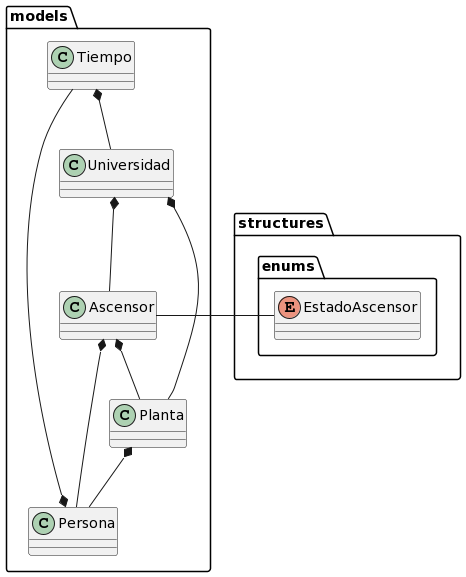
This is entregas/Grupo4/v2/ModeloDelDominio/images/modeloDelDominio.png from mmasias/IdSw2-22-23, a PlantUML export, as it was before one commit. Its diagram source:
```plantuml
@startuml
class "models.Persona" {

}

enum "structures.enums.EstadoAscensor" {
}

class "models.Tiempo" {
}


class "models.Planta" {
}


class "models.Ascensor" {
}


class "models.Universidad" {

}

Ascensor *--d Persona
Ascensor *--d Planta
Ascensor ---r EstadoAscensor
Universidad *-- Ascensor
Universidad *-- Planta
Planta *--d Persona
Persona *---u Tiempo
Tiempo *--d Universidad
@enduml
```
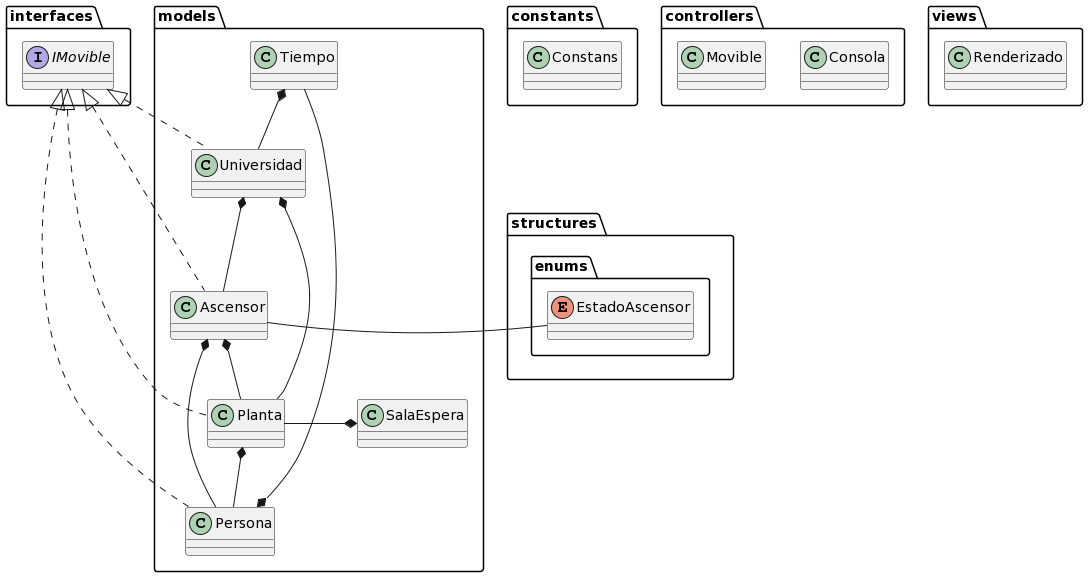
Later version of the same file.

Commit message:
chore: update code and diagrams to last version for final examn

What changed in the source:
```diff
@@ -1,33 +1,50 @@
 @startuml
-class "models.Persona" {
+class "models.Persona" implements "interfaces.IMovible" {
 
 }
 
-enum "structures.enums.EstadoAscensor" {
+enum "structures.enums.EstadoAscensor"{
 }
 
-class "models.Tiempo" {
+class "models.Tiempo"{
 }
 
 
-class "models.Planta" {
+class "models.Planta" implements "interfaces.IMovible" {
 }
 
 
-class "models.Ascensor" {
+class "models.Ascensor" implements "interfaces.IMovible" {
 }
 
 
-class "models.Universidad" {
+class "models.Universidad" implements "interfaces.IMovible" {
 
 }
 
+class "models.SalaEspera" {
+}
+
+class constants.Constans
+
+class "controllers.Consola" {
+}
+
+class "controllers.Movible" {
+}
+
+
+class views.Renderizado
+
+interface interfaces.IMovible
+
 Ascensor *--d Persona
 Ascensor *--d Planta
-Ascensor ---r EstadoAscensor
+Ascensor ---r "structures.enums.EstadoAscensor"
 Universidad *-- Ascensor
 Universidad *-- Planta
 Planta *--d Persona
+SalaEspera *--l Planta
 Persona *---u Tiempo
 Tiempo *--d Universidad
 @enduml
```
